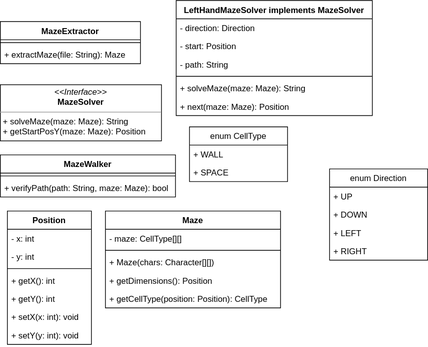
Above: design.drawio.svg in adityarao2005/2AA4-A1 (draw.io), before the change. Source tidied: cells renumbered, new cells last; positions are measured from the earlier drawing's top-left corner, leaving out a move shared by most shapes. Source of this version:
```xml
<mxGraphModel>
  <root>
    <mxCell id="0" />
    <mxCell id="1" parent="0" />
    <mxCell id="2" value="LeftHandMazeSolver implements MazeSolver" style="swimlane;fontStyle=1;align=center;verticalAlign=top;horizontal=1;startSize=26;" parent="1" vertex="1">
      <mxGeometry x="251" width="280" height="164" as="geometry" />
    </mxCell>
    <mxCell id="3" value="- direction: Direction" style="text;strokeColor=none;fillColor=none;align=left;verticalAlign=top;spacingLeft=4;spacingRight=4;overflow=hidden;" parent="2" vertex="1">
      <mxGeometry y="26" width="280" height="26" as="geometry" />
    </mxCell>
    <mxCell id="4" value="- start: Position" style="text;strokeColor=none;fillColor=none;align=left;verticalAlign=top;spacingLeft=4;spacingRight=4;overflow=hidden;" parent="2" vertex="1">
      <mxGeometry y="52" width="280" height="26" as="geometry" />
    </mxCell>
    <mxCell id="5" value="- path: String" style="text;strokeColor=none;fillColor=none;align=left;verticalAlign=top;spacingLeft=4;spacingRight=4;overflow=hidden;" parent="2" vertex="1">
      <mxGeometry y="78" width="280" height="26" as="geometry" />
    </mxCell>
    <mxCell id="6" style="line;strokeWidth=1;fillColor=none;align=left;verticalAlign=middle;spacingTop=-1;spacingLeft=3;spacingRight=3;labelPosition=right;strokeColor=inherit;" parent="2" vertex="1">
      <mxGeometry y="104" width="280" height="8" as="geometry" />
    </mxCell>
    <mxCell id="7" value="+ solveMaze(maze: Maze): String" style="text;strokeColor=none;fillColor=none;align=left;verticalAlign=top;spacingLeft=4;spacingRight=4;overflow=hidden;" parent="2" vertex="1">
      <mxGeometry y="112" width="280" height="26" as="geometry" />
    </mxCell>
    <mxCell id="8" value="+ next(maze: Maze): Position" style="text;strokeColor=none;fillColor=none;align=left;verticalAlign=top;spacingLeft=4;spacingRight=4;overflow=hidden;" parent="2" vertex="1">
      <mxGeometry y="138" width="280" height="26" as="geometry" />
    </mxCell>
    <mxCell id="9" value="enum CellType" style="swimlane;fontStyle=0;horizontal=1;startSize=26;fillColor=none;" parent="1" vertex="1">
      <mxGeometry x="270" y="180" width="140" height="78" as="geometry" />
    </mxCell>
    <mxCell id="10" value="+ WALL" style="text;strokeColor=none;fillColor=none;align=left;verticalAlign=top;spacingLeft=4;spacingRight=4;overflow=hidden;" parent="9" vertex="1">
      <mxGeometry y="26" width="140" height="26" as="geometry" />
    </mxCell>
    <mxCell id="11" value="+ SPACE" style="text;strokeColor=none;fillColor=none;align=left;verticalAlign=top;spacingLeft=4;spacingRight=4;overflow=hidden;" parent="9" vertex="1">
      <mxGeometry y="52" width="140" height="26" as="geometry" />
    </mxCell>
    <mxCell id="12" value="MazeExtractor" style="swimlane;fontStyle=1;align=center;verticalAlign=top;horizontal=1;startSize=26;" parent="1" vertex="1">
      <mxGeometry y="30" width="200" height="60" as="geometry" />
    </mxCell>
    <mxCell id="13" style="line;strokeWidth=1;fillColor=none;align=left;verticalAlign=middle;spacingTop=-1;spacingLeft=3;spacingRight=3;labelPosition=right;strokeColor=inherit;" parent="12" vertex="1">
      <mxGeometry y="26" width="200" height="8" as="geometry" />
    </mxCell>
    <mxCell id="14" value="+ extractMaze(file: String): Maze" style="text;strokeColor=none;fillColor=none;align=left;verticalAlign=top;spacingLeft=4;spacingRight=4;overflow=hidden;" parent="12" vertex="1">
      <mxGeometry y="34" width="200" height="26" as="geometry" />
    </mxCell>
    <mxCell id="15" value="&lt;p style=&quot;margin:0px;margin-top:4px;text-align:center;&quot;&gt;&lt;i&gt;&amp;lt;&amp;lt;Interface&amp;gt;&amp;gt;&lt;/i&gt;&lt;br&gt;&lt;b&gt;MazeSolver&lt;/b&gt;&lt;/p&gt;&lt;hr size=&quot;1&quot;&gt;&lt;p style=&quot;margin:0px;margin-left:4px;&quot;&gt;&lt;span style=&quot;background-color: initial;&quot;&gt;+ solveMaze(maze: Maze): String&lt;/span&gt;&lt;br&gt;&lt;/p&gt;&lt;p style=&quot;margin:0px;margin-left:4px;&quot;&gt;+ getStartPosY(maze: Maze): Position&lt;/p&gt;" style="verticalAlign=top;align=left;overflow=fill;fontSize=12;fontFamily=Helvetica;html=1;" parent="1" vertex="1">
      <mxGeometry y="120" width="230" height="80" as="geometry" />
    </mxCell>
    <mxCell id="16" value="MazeWalker" style="swimlane;fontStyle=1;align=center;verticalAlign=top;horizontal=1;startSize=26;" parent="1" vertex="1">
      <mxGeometry y="220" width="250" height="60" as="geometry" />
    </mxCell>
    <mxCell id="17" style="line;strokeWidth=1;fillColor=none;align=left;verticalAlign=middle;spacingTop=-1;spacingLeft=3;spacingRight=3;labelPosition=right;strokeColor=inherit;" parent="16" vertex="1">
      <mxGeometry y="26" width="250" height="8" as="geometry" />
    </mxCell>
    <mxCell id="18" value="+ verifyPath(path: String, maze: Maze): bool" style="text;strokeColor=none;fillColor=none;align=left;verticalAlign=top;spacingLeft=4;spacingRight=4;overflow=hidden;" parent="16" vertex="1">
      <mxGeometry y="34" width="250" height="26" as="geometry" />
    </mxCell>
    <mxCell id="19" value="Maze" style="swimlane;fontStyle=1;align=center;verticalAlign=top;horizontal=1;startSize=26;" parent="1" vertex="1">
      <mxGeometry x="150" y="300" width="250" height="138" as="geometry" />
    </mxCell>
    <mxCell id="20" value="- maze: CellType[][]" style="text;strokeColor=none;fillColor=none;align=left;verticalAlign=top;spacingLeft=4;spacingRight=4;overflow=hidden;" parent="19" vertex="1">
      <mxGeometry y="26" width="250" height="26" as="geometry" />
    </mxCell>
    <mxCell id="21" style="line;strokeWidth=1;fillColor=none;align=left;verticalAlign=middle;spacingTop=-1;spacingLeft=3;spacingRight=3;labelPosition=right;strokeColor=inherit;" parent="19" vertex="1">
      <mxGeometry y="52" width="250" height="8" as="geometry" />
    </mxCell>
    <mxCell id="22" value="+ Maze(chars: Character[][])" style="text;strokeColor=none;fillColor=none;align=left;verticalAlign=top;spacingLeft=4;spacingRight=4;overflow=hidden;" parent="19" vertex="1">
      <mxGeometry y="60" width="250" height="26" as="geometry" />
    </mxCell>
    <mxCell id="23" value="+ getDimensions(): Position" style="text;strokeColor=none;fillColor=none;align=left;verticalAlign=top;spacingLeft=4;spacingRight=4;overflow=hidden;" parent="19" vertex="1">
      <mxGeometry y="86" width="250" height="26" as="geometry" />
    </mxCell>
    <mxCell id="24" value="+ getCellType(position: Position): CellType" style="text;strokeColor=none;fillColor=none;align=left;verticalAlign=top;spacingLeft=4;spacingRight=4;overflow=hidden;" parent="19" vertex="1">
      <mxGeometry y="112" width="250" height="26" as="geometry" />
    </mxCell>
    <mxCell id="25" value="Position" style="swimlane;fontStyle=1;align=center;verticalAlign=top;horizontal=1;startSize=26;" parent="1" vertex="1">
      <mxGeometry x="10" y="300" width="120" height="190" as="geometry" />
    </mxCell>
    <mxCell id="26" value="- x: int" style="text;strokeColor=none;fillColor=none;align=left;verticalAlign=top;spacingLeft=4;spacingRight=4;overflow=hidden;" parent="25" vertex="1">
      <mxGeometry y="26" width="120" height="26" as="geometry" />
    </mxCell>
    <mxCell id="27" value="- y: int" style="text;strokeColor=none;fillColor=none;align=left;verticalAlign=top;spacingLeft=4;spacingRight=4;overflow=hidden;" parent="25" vertex="1">
      <mxGeometry y="52" width="120" height="26" as="geometry" />
    </mxCell>
    <mxCell id="28" style="line;strokeWidth=1;fillColor=none;align=left;verticalAlign=middle;spacingTop=-1;spacingLeft=3;spacingRight=3;labelPosition=right;strokeColor=inherit;" parent="25" vertex="1">
      <mxGeometry y="78" width="120" height="8" as="geometry" />
    </mxCell>
    <mxCell id="29" value="+ getX(): int" style="text;strokeColor=none;fillColor=none;align=left;verticalAlign=top;spacingLeft=4;spacingRight=4;overflow=hidden;" parent="25" vertex="1">
      <mxGeometry y="86" width="120" height="26" as="geometry" />
    </mxCell>
    <mxCell id="30" value="+ getY(): int" style="text;strokeColor=none;fillColor=none;align=left;verticalAlign=top;spacingLeft=4;spacingRight=4;overflow=hidden;" parent="25" vertex="1">
      <mxGeometry y="112" width="120" height="26" as="geometry" />
    </mxCell>
    <mxCell id="31" value="+ setX(x: int): void" style="text;strokeColor=none;fillColor=none;align=left;verticalAlign=top;spacingLeft=4;spacingRight=4;overflow=hidden;" parent="25" vertex="1">
      <mxGeometry y="138" width="120" height="26" as="geometry" />
    </mxCell>
    <mxCell id="32" value="+ setY(y: int): void" style="text;strokeColor=none;fillColor=none;align=left;verticalAlign=top;spacingLeft=4;spacingRight=4;overflow=hidden;" parent="25" vertex="1">
      <mxGeometry y="164" width="120" height="26" as="geometry" />
    </mxCell>
    <mxCell id="33" value="enum Direction" style="swimlane;fontStyle=0;horizontal=1;startSize=26;fillColor=none;" parent="1" vertex="1">
      <mxGeometry x="470" y="240" width="140" height="130" as="geometry" />
    </mxCell>
    <mxCell id="34" value="+ UP" style="text;strokeColor=none;fillColor=none;align=left;verticalAlign=top;spacingLeft=4;spacingRight=4;overflow=hidden;" parent="33" vertex="1">
      <mxGeometry y="26" width="140" height="26" as="geometry" />
    </mxCell>
    <mxCell id="35" value="+ DOWN" style="text;strokeColor=none;fillColor=none;align=left;verticalAlign=top;spacingLeft=4;spacingRight=4;overflow=hidden;" parent="33" vertex="1">
      <mxGeometry y="52" width="140" height="26" as="geometry" />
    </mxCell>
    <mxCell id="36" value="+ LEFT" style="text;strokeColor=none;fillColor=none;align=left;verticalAlign=top;spacingLeft=4;spacingRight=4;overflow=hidden;" parent="33" vertex="1">
      <mxGeometry y="78" width="140" height="26" as="geometry" />
    </mxCell>
    <mxCell id="37" value="+ RIGHT" style="text;strokeColor=none;fillColor=none;align=left;verticalAlign=top;spacingLeft=4;spacingRight=4;overflow=hidden;" parent="33" vertex="1">
      <mxGeometry y="104" width="140" height="26" as="geometry" />
    </mxCell>
  </root>
</mxGraphModel>
```
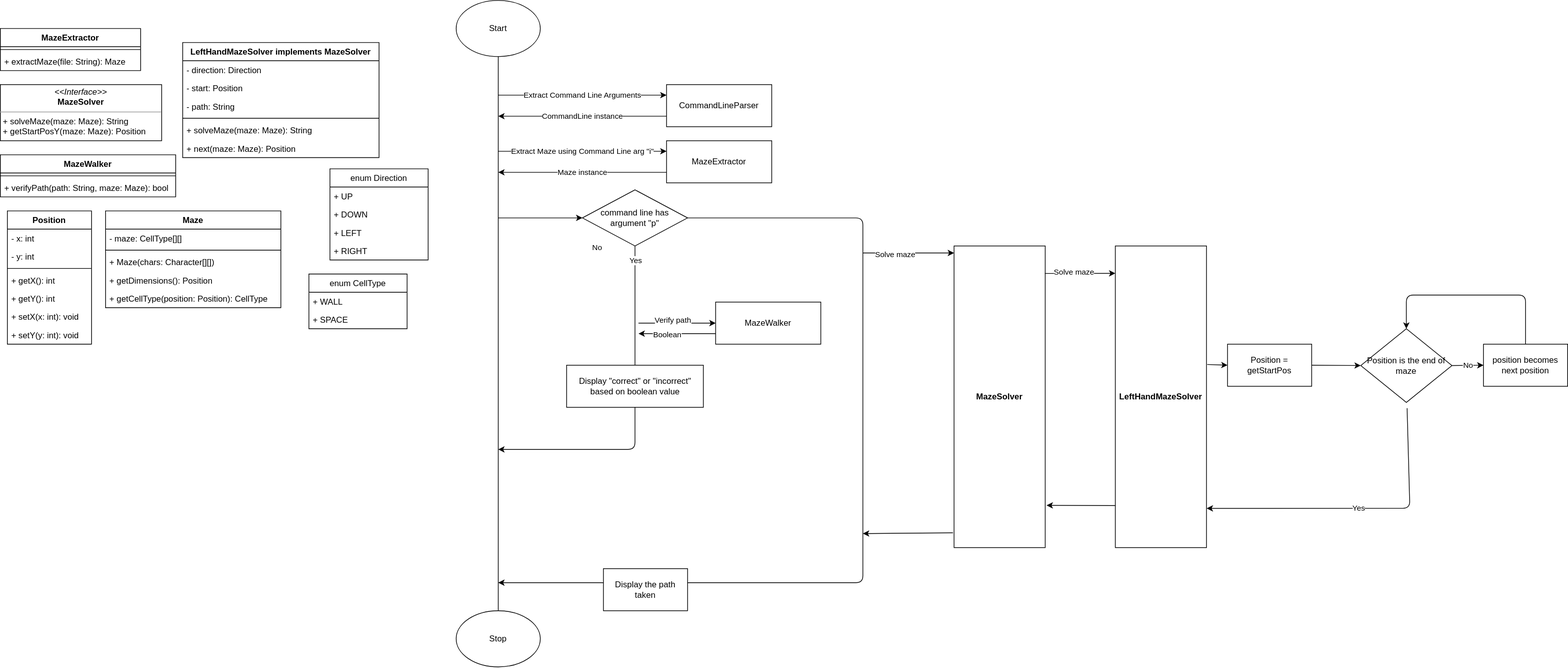
Later version of the same file.

Commit message:
finished generalized workflow

Diff of the diagram source:
```diff
@@ -3,7 +3,7 @@
     <mxCell id="0" />
     <mxCell id="1" parent="0" />
     <mxCell id="2" value="LeftHandMazeSolver implements MazeSolver" style="swimlane;fontStyle=1;align=center;verticalAlign=top;horizontal=1;startSize=26;" parent="1" vertex="1">
-      <mxGeometry x="251" width="280" height="164" as="geometry" />
+      <mxGeometry x="260" y="60" width="280" height="164" as="geometry" />
     </mxCell>
     <mxCell id="3" value="- direction: Direction" style="text;strokeColor=none;fillColor=none;align=left;verticalAlign=top;spacingLeft=4;spacingRight=4;overflow=hidden;" parent="2" vertex="1">
       <mxGeometry y="26" width="280" height="26" as="geometry" />
@@ -24,7 +24,7 @@
       <mxGeometry y="138" width="280" height="26" as="geometry" />
     </mxCell>
     <mxCell id="9" value="enum CellType" style="swimlane;fontStyle=0;horizontal=1;startSize=26;fillColor=none;" parent="1" vertex="1">
-      <mxGeometry x="270" y="180" width="140" height="78" as="geometry" />
+      <mxGeometry x="440" y="390" width="140" height="78" as="geometry" />
     </mxCell>
     <mxCell id="10" value="+ WALL" style="text;strokeColor=none;fillColor=none;align=left;verticalAlign=top;spacingLeft=4;spacingRight=4;overflow=hidden;" parent="9" vertex="1">
       <mxGeometry y="26" width="140" height="26" as="geometry" />
@@ -33,7 +33,7 @@
       <mxGeometry y="52" width="140" height="26" as="geometry" />
     </mxCell>
     <mxCell id="12" value="MazeExtractor" style="swimlane;fontStyle=1;align=center;verticalAlign=top;horizontal=1;startSize=26;" parent="1" vertex="1">
-      <mxGeometry y="30" width="200" height="60" as="geometry" />
+      <mxGeometry y="40" width="200" height="60" as="geometry" />
     </mxCell>
     <mxCell id="13" style="line;strokeWidth=1;fillColor=none;align=left;verticalAlign=middle;spacingTop=-1;spacingLeft=3;spacingRight=3;labelPosition=right;strokeColor=inherit;" parent="12" vertex="1">
       <mxGeometry y="26" width="200" height="8" as="geometry" />
@@ -110,5 +110,175 @@
     <mxCell id="37" value="+ RIGHT" style="text;strokeColor=none;fillColor=none;align=left;verticalAlign=top;spacingLeft=4;spacingRight=4;overflow=hidden;" parent="33" vertex="1">
       <mxGeometry y="104" width="140" height="26" as="geometry" />
     </mxCell>
+    <mxCell id="38" value="Start" style="ellipse;whiteSpace=wrap;html=1;" parent="1" vertex="1">
+      <mxGeometry x="650" width="120" height="80" as="geometry" />
+    </mxCell>
+    <mxCell id="39" style="endArrow=none;html=1;entryX=0.5;entryY=1;entryDx=0;entryDy=0;exitX=0.5;exitY=0;exitDx=0;exitDy=0;" parent="1" edge="1" source="40" target="38">
+      <mxGeometry relative="1" as="geometry" />
+    </mxCell>
+    <mxCell id="40" value="Stop" style="ellipse;whiteSpace=wrap;html=1;" parent="1" vertex="1">
+      <mxGeometry x="650" y="870" width="120" height="80" as="geometry" />
+    </mxCell>
+    <mxCell id="41" value="Extract Command Line Arguments" style="endArrow=classic;html=1;entryX=0;entryY=0.25;entryDx=0;entryDy=0;" parent="1" edge="1" target="42">
+      <mxGeometry relative="1" as="geometry">
+        <mxPoint x="710" y="135" as="sourcePoint" />
+      </mxGeometry>
+    </mxCell>
+    <mxCell id="42" value="CommandLineParser" style="rounded=0;whiteSpace=wrap;html=1;" parent="1" vertex="1">
+      <mxGeometry x="950" y="120" width="150" height="60" as="geometry" />
+    </mxCell>
+    <mxCell id="43" value="CommandLine instance" style="endArrow=classic;html=1;exitX=0;exitY=0.75;exitDx=0;exitDy=0;" parent="1" edge="1" source="42">
+      <mxGeometry relative="1" as="geometry">
+        <mxPoint x="710" y="165" as="targetPoint" />
+      </mxGeometry>
+    </mxCell>
+    <mxCell id="44" style="endArrow=classic;html=1;" parent="1" edge="1">
+      <mxGeometry relative="1" as="geometry">
+        <mxPoint x="710" y="310" as="sourcePoint" />
+        <mxPoint x="830" y="310" as="targetPoint" />
+      </mxGeometry>
+    </mxCell>
+    <mxCell id="45" value="command line has argument &quot;p&quot;" style="rhombus;whiteSpace=wrap;html=1;" parent="1" vertex="1">
+      <mxGeometry x="830" y="270" width="150" height="80" as="geometry" />
+    </mxCell>
+    <mxCell id="46" value="Extract Maze using Command Line arg &quot;i&quot;" style="endArrow=classic;html=1;entryX=0;entryY=0.25;entryDx=0;entryDy=0;" parent="1" edge="1" target="47">
+      <mxGeometry relative="1" as="geometry">
+        <mxPoint x="710" y="215" as="sourcePoint" />
+      </mxGeometry>
+    </mxCell>
+    <mxCell id="47" value="MazeExtractor" style="rounded=0;whiteSpace=wrap;html=1;" parent="1" vertex="1">
+      <mxGeometry x="950" y="200" width="150" height="60" as="geometry" />
+    </mxCell>
+    <mxCell id="48" value="Maze instance" style="endArrow=classic;html=1;exitX=0;exitY=0.75;exitDx=0;exitDy=0;" parent="1" edge="1" source="47">
+      <mxGeometry relative="1" as="geometry">
+        <mxPoint x="710" y="245" as="targetPoint" />
+      </mxGeometry>
+    </mxCell>
+    <mxCell id="49" style="endArrow=classic;html=1;exitX=1;exitY=0.5;exitDx=0;exitDy=0;" parent="1" edge="1" source="45">
+      <mxGeometry relative="1" as="geometry">
+        <mxPoint x="710" y="830" as="targetPoint" />
+        <Array as="points">
+          <mxPoint x="1230" y="310" />
+          <mxPoint x="1230" y="830" />
+        </Array>
+      </mxGeometry>
+    </mxCell>
+    <mxCell id="50" value="No" style="edgeLabel;html=1;align=center;verticalAlign=middle;" parent="49" vertex="1">
+      <mxGeometry x="-0.43" relative="1" as="geometry">
+        <mxPoint x="-380" y="-76" as="offset" />
+      </mxGeometry>
+    </mxCell>
+    <mxCell id="51" style="endArrow=classic;html=1;exitX=0.5;exitY=1;exitDx=0;exitDy=0;startArrow=none;" parent="1" edge="1" source="59">
+      <mxGeometry relative="1" as="geometry">
+        <mxPoint x="710" y="640" as="targetPoint" />
+        <Array as="points">
+          <mxPoint x="905" y="640" />
+        </Array>
+      </mxGeometry>
+    </mxCell>
+    <mxCell id="52" style="endArrow=classic;html=1;" parent="1" edge="1">
+      <mxGeometry relative="1" as="geometry">
+        <mxPoint x="910" y="460" as="sourcePoint" />
+        <mxPoint x="1020" y="460" as="targetPoint" />
+      </mxGeometry>
+    </mxCell>
+    <mxCell id="53" value="Verify path" style="edgeLabel;html=1;align=center;verticalAlign=middle;" parent="52" vertex="1">
+      <mxGeometry x="-0.34" y="-1" relative="1" as="geometry">
+        <mxPoint x="13" y="-6" as="offset" />
+      </mxGeometry>
+    </mxCell>
+    <mxCell id="54" value="MazeWalker" style="rounded=0;whiteSpace=wrap;html=1;" parent="1" vertex="1">
+      <mxGeometry x="1020" y="430" width="150" height="60" as="geometry" />
+    </mxCell>
+    <mxCell id="55" style="endArrow=classic;html=1;exitX=0;exitY=0.75;exitDx=0;exitDy=0;" parent="1" edge="1" source="54">
+      <mxGeometry relative="1" as="geometry">
+        <mxPoint x="910" y="475" as="targetPoint" />
+      </mxGeometry>
+    </mxCell>
+    <mxCell id="56" value="Boolean" style="edgeLabel;html=1;align=center;verticalAlign=middle;" parent="55" vertex="1">
+      <mxGeometry x="0.27" y="1" relative="1" as="geometry" />
+    </mxCell>
+    <mxCell id="57" style="endArrow=none;html=1;exitX=0.5;exitY=1;exitDx=0;exitDy=0;entryX=0.5;entryY=0;entryDx=0;entryDy=0;" parent="1" edge="1" source="45" target="59">
+      <mxGeometry relative="1" as="geometry" />
+    </mxCell>
+    <mxCell id="58" value="Yes" style="edgeLabel;html=1;align=center;verticalAlign=middle;" parent="57" vertex="1">
+      <mxGeometry x="-0.32" y="2" relative="1" as="geometry">
+        <mxPoint x="-2" y="-37" as="offset" />
+      </mxGeometry>
+    </mxCell>
+    <mxCell id="59" value="Display &quot;correct&quot; or &quot;incorrect&quot; based on boolean value" style="rounded=0;whiteSpace=wrap;html=1;" parent="1" vertex="1">
+      <mxGeometry x="807.5" y="520" width="195" height="60" as="geometry" />
+    </mxCell>
+    <mxCell id="60" style="endArrow=classic;html=1;" parent="1" edge="1">
+      <mxGeometry relative="1" as="geometry">
+        <mxPoint x="1230" y="360" as="sourcePoint" />
+        <mxPoint x="1360" y="360" as="targetPoint" />
+      </mxGeometry>
+    </mxCell>
+    <mxCell id="61" value="Solve maze" style="edgeLabel;html=1;align=center;verticalAlign=middle;" parent="60" vertex="1">
+      <mxGeometry x="-0.29" y="-1" relative="1" as="geometry" />
+    </mxCell>
+    <mxCell id="62" style="endArrow=classic;html=1;exitX=-0.012;exitY=0.951;exitDx=0;exitDy=0;exitPerimeter=0;" parent="1" edge="1" source="63">
+      <mxGeometry relative="1" as="geometry">
+        <mxPoint x="1230" y="760" as="targetPoint" />
+      </mxGeometry>
+    </mxCell>
+    <mxCell id="63" value="&lt;b&gt;MazeSolver&lt;br&gt;&lt;/b&gt;" style="rounded=0;whiteSpace=wrap;html=1;" parent="1" vertex="1">
+      <mxGeometry x="1360" y="350" width="130" height="430" as="geometry" />
+    </mxCell>
+    <mxCell id="64" style="endArrow=classic;html=1;exitX=0.996;exitY=0.091;exitDx=0;exitDy=0;exitPerimeter=0;" parent="1" edge="1" source="63">
+      <mxGeometry relative="1" as="geometry">
+        <mxPoint x="1590" y="389" as="targetPoint" />
+      </mxGeometry>
+    </mxCell>
+    <mxCell id="65" value="Solve maze" style="edgeLabel;html=1;align=center;verticalAlign=middle;" parent="64" vertex="1">
+      <mxGeometry x="0.39" y="2" relative="1" as="geometry">
+        <mxPoint x="-29" y="-1" as="offset" />
+      </mxGeometry>
+    </mxCell>
+    <mxCell id="66" style="endArrow=classic;html=1;entryX=1.015;entryY=0.86;entryDx=0;entryDy=0;entryPerimeter=0;" parent="1" edge="1" target="63">
+      <mxGeometry relative="1" as="geometry">
+        <mxPoint x="1590" y="720" as="sourcePoint" />
+      </mxGeometry>
+    </mxCell>
+    <mxCell id="67" value="&lt;b&gt;LeftHandMazeSolver&lt;br&gt;&lt;/b&gt;" style="rounded=0;whiteSpace=wrap;html=1;" parent="1" vertex="1">
+      <mxGeometry x="1590" y="350" width="130" height="430" as="geometry" />
+    </mxCell>
+    <mxCell id="68" value="Position is the end of maze" style="rhombus;whiteSpace=wrap;html=1;" parent="1" vertex="1">
+      <mxGeometry x="1940" y="468" width="130" height="105" as="geometry" />
+    </mxCell>
+    <mxCell id="69" value="Position = getStartPos" style="rounded=0;whiteSpace=wrap;html=1;" parent="1" vertex="1">
+      <mxGeometry x="1750" y="490" width="120" height="60" as="geometry" />
+    </mxCell>
+    <mxCell id="70" value="Yes" style="endArrow=classic;html=1;entryX=1.002;entryY=0.87;entryDx=0;entryDy=0;entryPerimeter=0;exitX=0.508;exitY=1.079;exitDx=0;exitDy=0;exitPerimeter=0;" parent="1" edge="1" source="68" target="67">
+      <mxGeometry relative="1" as="geometry">
+        <Array as="points">
+          <mxPoint x="2010" y="724" />
+        </Array>
+      </mxGeometry>
+    </mxCell>
+    <mxCell id="71" style="endArrow=classic;html=1;exitX=1.008;exitY=0.393;exitDx=0;exitDy=0;exitPerimeter=0;entryX=0;entryY=0.5;entryDx=0;entryDy=0;" parent="1" edge="1" source="67" target="69">
+      <mxGeometry relative="1" as="geometry" />
+    </mxCell>
+    <mxCell id="72" style="endArrow=classic;html=1;exitX=1;exitY=0.5;exitDx=0;exitDy=0;entryX=0;entryY=0.5;entryDx=0;entryDy=0;" parent="1" edge="1" source="69" target="68">
+      <mxGeometry relative="1" as="geometry" />
+    </mxCell>
+    <mxCell id="73" value="position becomes next position" style="rounded=0;whiteSpace=wrap;html=1;" parent="1" vertex="1">
+      <mxGeometry x="2115" y="490" width="120" height="60" as="geometry" />
+    </mxCell>
+    <mxCell id="74" value="No" style="endArrow=classic;html=1;exitX=1;exitY=0.5;exitDx=0;exitDy=0;entryX=0;entryY=0.5;entryDx=0;entryDy=0;" parent="1" edge="1" source="68" target="73">
+      <mxGeometry relative="1" as="geometry" />
+    </mxCell>
+    <mxCell id="75" style="endArrow=classic;html=1;exitX=0.5;exitY=0;exitDx=0;exitDy=0;entryX=0.5;entryY=0;entryDx=0;entryDy=0;" parent="1" edge="1" source="73" target="68">
+      <mxGeometry relative="1" as="geometry">
+        <Array as="points">
+          <mxPoint x="2175" y="420" />
+          <mxPoint x="2005" y="420" />
+        </Array>
+      </mxGeometry>
+    </mxCell>
+    <mxCell id="76" value="Display the path taken" style="rounded=0;whiteSpace=wrap;html=1;" parent="1" vertex="1">
+      <mxGeometry x="860" y="810" width="120" height="60" as="geometry" />
+    </mxCell>
   </root>
 </mxGraphModel>
```
